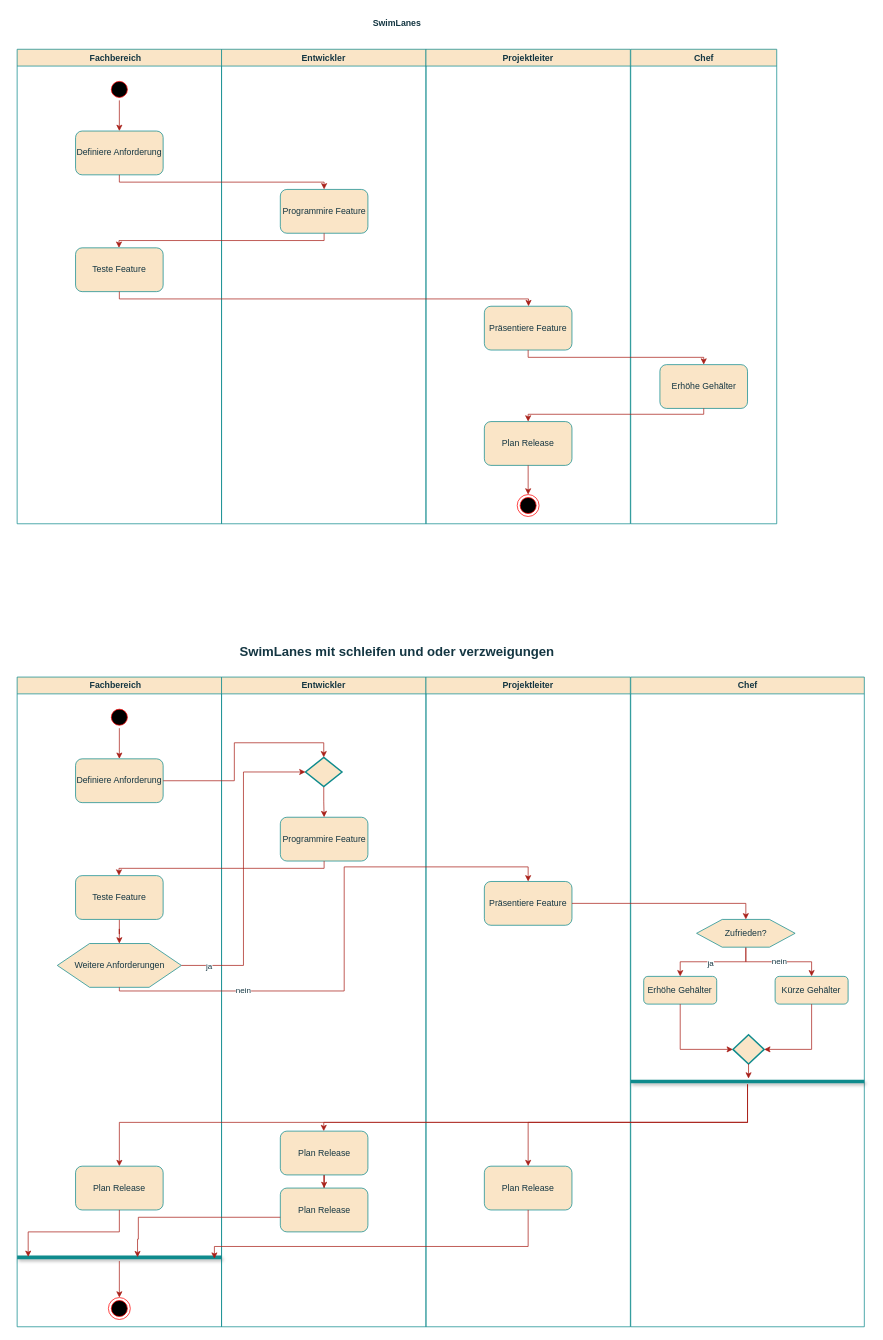
The draw.io diagram AktivitätsDiagramm.drawio in PythonPokemon/Draw.io, before the edit. Source tidied: cells renumbered, new cells numbered last; positions are measured from the earlier drawing's top-left corner, leaving out a move shared by most shapes. Both pictures are drawn from the tidied source at 73%, with x=0, y=0 at pixel (17, 12).
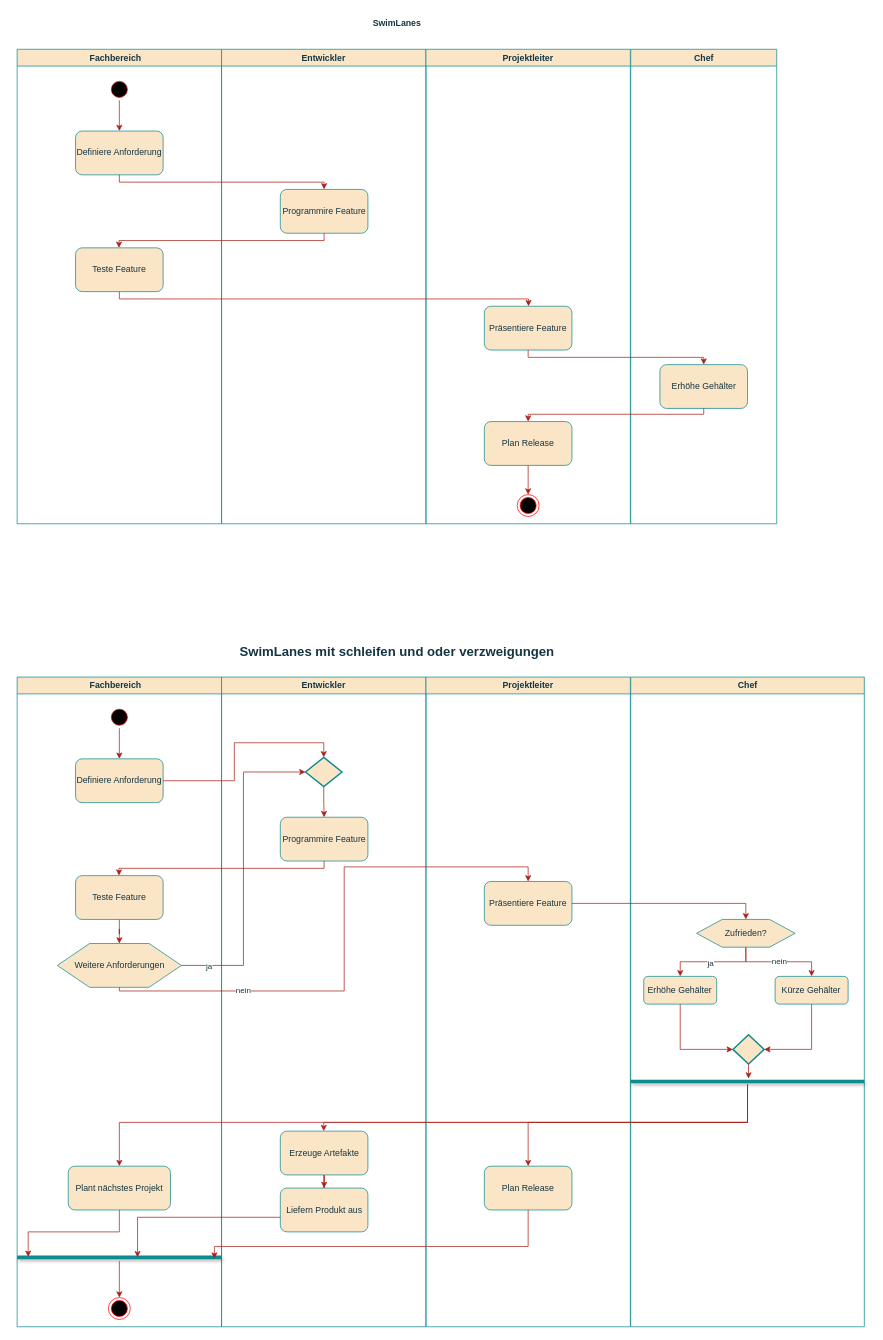
The same page after the edit.

Unchanged cells that the change refers to:
```xml
<mxCell id="22" value="Fachbereich   " style="swimlane;whiteSpace=wrap;labelBackgroundColor=none;fillColor=#FAE5C7;strokeColor=#0F8B8D;fontColor=#143642;" parent="1" vertex="1">
  <mxGeometry y="910" width="280" height="890" as="geometry" />
</mxCell>
<mxCell id="31" style="line;strokeWidth=5;fillColor=none;align=left;verticalAlign=middle;spacingTop=-1;spacingLeft=3;spacingRight=3;labelPosition=right;points=[];portConstraint=eastwest;strokeColor=inherit;fontColor=#143642;shadow=1;" parent="22" vertex="1">
  <mxGeometry y="790" width="280" height="10" as="geometry" />
</mxCell>
<mxCell id="35" value="Entwickler" style="swimlane;whiteSpace=wrap;labelBackgroundColor=none;fillColor=#FAE5C7;strokeColor=#0F8B8D;fontColor=#143642;" parent="1" vertex="1">
  <mxGeometry x="280" y="910" width="280" height="890" as="geometry" />
</mxCell>
```

The edit, as a diff of the source:
```diff
@@
-    <mxCell id="30" value="Plan Release" style="rounded=1;whiteSpace=wrap;html=1;strokeColor=#0F8B8D;fontColor=#143642;fillColor=#FAE5C7;" parent="22" vertex="1">
-      <mxGeometry x="80" y="670" width="120" height="60" as="geometry" />
+    <mxCell id="30" value="Plant nächstes Projekt" style="rounded=1;whiteSpace=wrap;html=1;strokeColor=#0F8B8D;fontColor=#143642;fillColor=#FAE5C7;" parent="22" vertex="1">
+      <mxGeometry x="70" y="670" width="140" height="60" as="geometry" />
     </mxCell>
@@
-    <mxCell id="40" value="Plan Release" style="rounded=1;whiteSpace=wrap;html=1;strokeColor=#0F8B8D;fontColor=#143642;fillColor=#FAE5C7;" parent="35" vertex="1">
+    <mxCell id="40" value="Erzeuge Artefakte" style="rounded=1;whiteSpace=wrap;html=1;strokeColor=#0F8B8D;fontColor=#143642;fillColor=#FAE5C7;" parent="35" vertex="1">
       <mxGeometry x="80.5" y="622" width="120" height="60" as="geometry" />
     </mxCell>
-    <mxCell id="41" value="Plan Release" style="rounded=1;whiteSpace=wrap;html=1;strokeColor=#0F8B8D;fontColor=#143642;fillColor=#FAE5C7;" parent="35" vertex="1">
+    <mxCell id="41" value="Liefern Produkt aus" style="rounded=1;whiteSpace=wrap;html=1;strokeColor=#0F8B8D;fontColor=#143642;fillColor=#FAE5C7;" parent="35" vertex="1">
       <mxGeometry x="80.5" y="700" width="120" height="60" as="geometry" />
     </mxCell>
@@
     <mxCell id="71" style="edgeStyle=orthogonalEdgeStyle;rounded=0;jettySize=auto;html=1;entryX=0.589;entryY=0.48;entryDx=0;entryDy=0;entryPerimeter=0;strokeColor=#A8201A;fontColor=#143642;fillColor=#FAE5C7;" parent="1" edge="1" source="41" target="31">
       <mxGeometry relative="1" as="geometry">
         <Array as="points">
-          <mxPoint x="166" y="1650" />
-          <mxPoint x="166" y="1680" />
-          <mxPoint x="165" y="1680" />
+          <mxPoint x="165" y="1650" />
         </Array>
       </mxGeometry>
     </mxCell>
```
